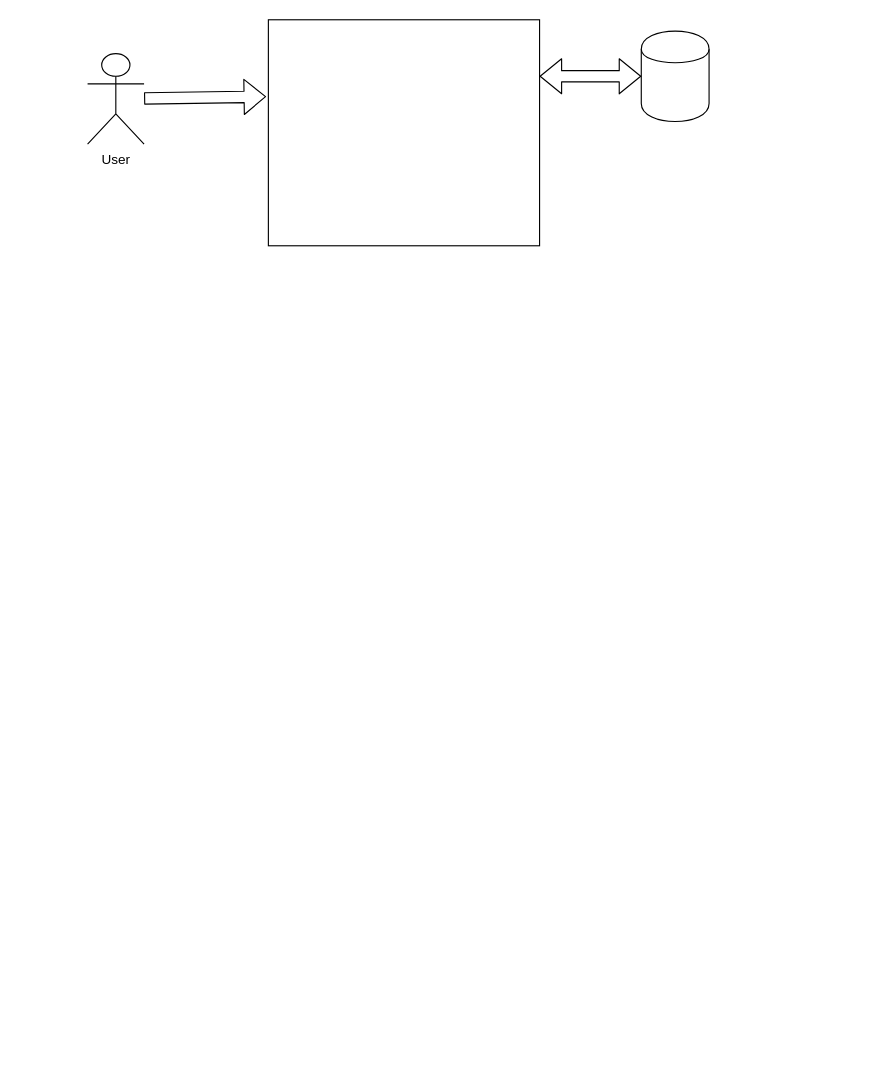
rish-ab/schedule_and_tasks_app keeps this draw.io diagram as Untitled Diagram.drawio. Above is the earlier version. Source tidied: cells renumbered, new cells numbered last; positions are measured from the earlier drawing's top-left corner, leaving out a move shared by most shapes. Both pictures are drawn from the tidied source at 113%, with x=0, y=0 at pixel (87, 19).
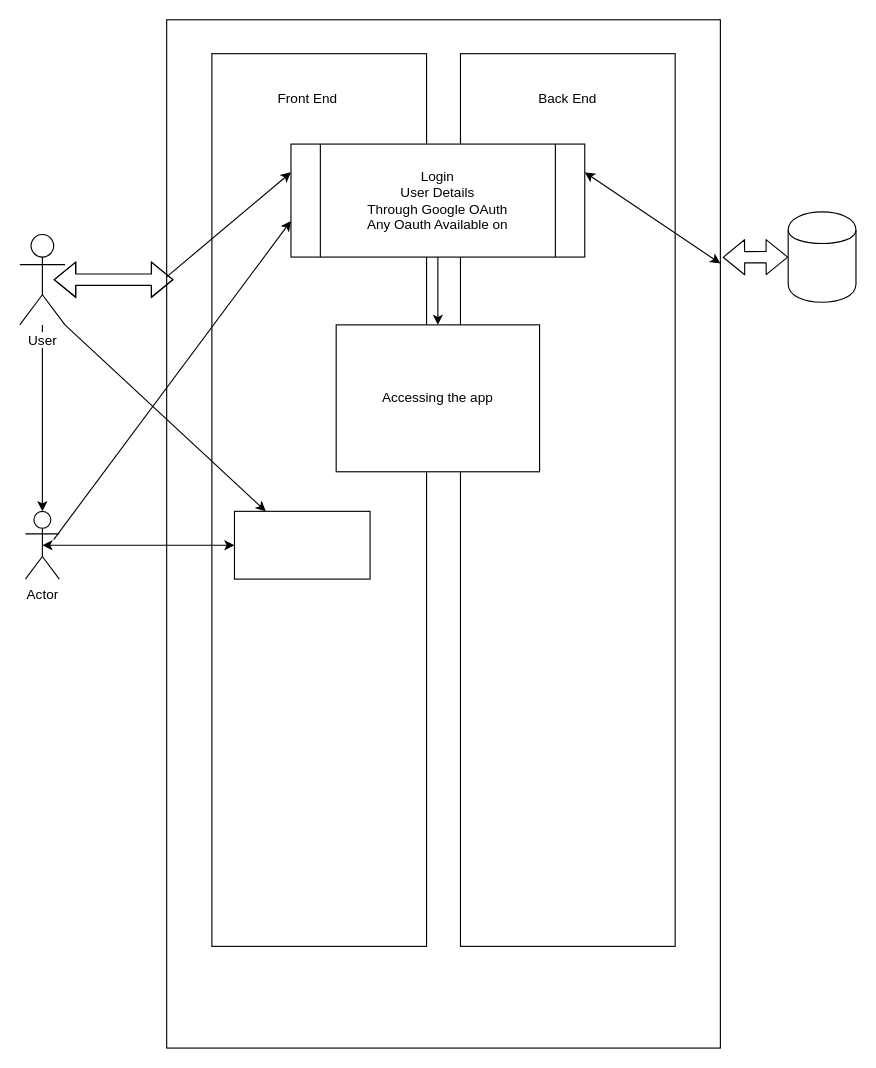
Above is the later version.

The edit, as a diff of the source:
```diff
@@
+    <mxCell id="7" style="edgeStyle=orthogonalEdgeStyle;rounded=0;jettySize=auto;html=1;" parent="1" edge="1" source="2" target="18">
+      <mxGeometry relative="1" as="geometry" />
+    </mxCell>
     <mxCell id="2" value="User" style="shape=umlActor;verticalLabelPosition=bottom;labelBackgroundColor=#ffffff;verticalAlign=top;html=1;outlineConnect=0;" parent="1" vertex="1">
-      <mxGeometry y="30" width="50" height="80" as="geometry" />
+      <mxGeometry x="-60" y="190" width="40" height="80" as="geometry" />
     </mxCell>
-    <mxCell id="3" style="rounded=0;whiteSpace=wrap;html=1;" parent="1" vertex="1">
-      <mxGeometry x="160" width="240" height="200" as="geometry" />
+    <mxCell id="3" style="rounded=0;whiteSpace=wrap;html=1;glass=0;sketch=0;" parent="1" vertex="1">
+      <mxGeometry x="70" width="490" height="910" as="geometry" />
     </mxCell>
-    <mxCell id="4" style="shape=flexArrow;endArrow=classic;html=1;" parent="1" edge="1" source="2">
-      <mxGeometry relative="1" as="geometry">
-        <mxPoint x="158" y="68" as="targetPoint" />
-      </mxGeometry>
-    </mxCell>
     <mxCell id="5" style="shape=cylinder;whiteSpace=wrap;html=1;boundedLbl=1;backgroundOutline=1;" parent="1" vertex="1">
-      <mxGeometry x="490" y="10" width="60" height="80" as="geometry" />
+      <mxGeometry x="620" y="170" width="60" height="80" as="geometry" />
     </mxCell>
-    <mxCell id="6" style="shape=flexArrow;endArrow=classic;startArrow=classic;html=1;entryX=0;entryY=0.5;entryDx=0;entryDy=0;exitX=1;exitY=0.25;exitDx=0;exitDy=0;" parent="1" edge="1" source="3" target="5">
+    <mxCell id="6" style="shape=flexArrow;endArrow=classic;startArrow=classic;html=1;entryX=0;entryY=0.5;entryDx=0;entryDy=0;exitX=1.004;exitY=0.231;exitDx=0;exitDy=0;exitPerimeter=0;" parent="1" edge="1" source="3" target="5">
       <mxGeometry relative="1" as="geometry" />
     </mxCell>
+    <mxCell id="8" style="shape=flexArrow;endArrow=classic;startArrow=classic;html=1;" parent="1" edge="1">
+      <mxGeometry relative="1" as="geometry">
+        <mxPoint x="-30" y="230" as="sourcePoint" />
+        <mxPoint x="76" y="230" as="targetPoint" />
+        <Array as="points">
+          <mxPoint x="20" y="230" />
+        </Array>
+      </mxGeometry>
+    </mxCell>
+    <mxCell id="9" style="rounded=0;whiteSpace=wrap;html=1;glass=0;sketch=0;" parent="1" vertex="1">
+      <mxGeometry x="110" y="30" width="190" height="790" as="geometry" />
+    </mxCell>
+    <mxCell id="10" value="Front End" style="text;html=1;strokeColor=none;fillColor=none;align=center;verticalAlign=middle;whiteSpace=wrap;rounded=0;glass=0;sketch=0;" parent="1" vertex="1">
+      <mxGeometry x="140" y="60" width="110" height="20" as="geometry" />
+    </mxCell>
+    <mxCell id="11" style="rounded=0;whiteSpace=wrap;html=1;glass=0;sketch=0;" parent="1" vertex="1">
+      <mxGeometry x="330" y="30" width="190" height="790" as="geometry" />
+    </mxCell>
+    <mxCell id="12" value="Back End" style="text;html=1;strokeColor=none;fillColor=none;align=center;verticalAlign=middle;whiteSpace=wrap;rounded=0;glass=0;sketch=0;" parent="1" vertex="1">
+      <mxGeometry x="360" y="60" width="130" height="20" as="geometry" />
+    </mxCell>
+    <mxCell id="13" style="edgeStyle=orthogonalEdgeStyle;rounded=0;jettySize=auto;html=1;" parent="1" edge="1" source="14" target="17">
+      <mxGeometry relative="1" as="geometry" />
+    </mxCell>
+    <mxCell id="14" value="&lt;div&gt;Login&lt;/div&gt;&lt;div&gt;User Details&lt;br&gt;Through Google OAuth&lt;br&gt;Any Oauth Available on &lt;br&gt;&lt;/div&gt;" style="shape=process;whiteSpace=wrap;html=1;backgroundOutline=1;rounded=0;glass=0;sketch=0;" parent="1" vertex="1">
+      <mxGeometry x="180" y="110" width="260" height="100" as="geometry" />
+    </mxCell>
+    <mxCell id="15" style="endArrow=classic;html=1;exitX=0;exitY=0.25;exitDx=0;exitDy=0;entryX=0;entryY=0.25;entryDx=0;entryDy=0;" parent="1" edge="1" source="3" target="14">
+      <mxGeometry relative="1" as="geometry" />
+    </mxCell>
+    <mxCell id="16" style="endArrow=classic;startArrow=classic;html=1;entryX=1;entryY=0.237;entryDx=0;entryDy=0;entryPerimeter=0;exitX=1;exitY=0.25;exitDx=0;exitDy=0;" parent="1" edge="1" source="14" target="3">
+      <mxGeometry relative="1" as="geometry" />
+    </mxCell>
+    <mxCell id="17" value="Accessing the app" style="whiteSpace=wrap;html=1;rounded=0;glass=0;sketch=0;" parent="1" vertex="1">
+      <mxGeometry x="220" y="270" width="180" height="130" as="geometry" />
+    </mxCell>
+    <mxCell id="18" value="Actor" style="shape=umlActor;verticalLabelPosition=bottom;verticalAlign=top;html=1;outlineConnect=0;rounded=0;glass=0;sketch=0;" parent="1" vertex="1">
+      <mxGeometry x="-55" y="435" width="30" height="60" as="geometry" />
+    </mxCell>
+    <mxCell id="19" style="endArrow=classic;html=1;exitX=1;exitY=1;exitDx=0;exitDy=0;exitPerimeter=0;" parent="1" edge="1" source="2" target="20">
+      <mxGeometry relative="1" as="geometry" />
+    </mxCell>
+    <mxCell id="20" style="rounded=0;whiteSpace=wrap;html=1;glass=0;sketch=0;" parent="1" vertex="1">
+      <mxGeometry x="130" y="435" width="120" height="60" as="geometry" />
+    </mxCell>
+    <mxCell id="21" style="endArrow=classic;startArrow=classic;html=1;exitX=0.5;exitY=0.5;exitDx=0;exitDy=0;exitPerimeter=0;entryX=0;entryY=0.5;entryDx=0;entryDy=0;" parent="1" edge="1" source="18" target="20">
+      <mxGeometry relative="1" as="geometry" />
+    </mxCell>
+    <mxCell id="22" style="endArrow=classic;html=1;entryX=0;entryY=0.68;entryDx=0;entryDy=0;entryPerimeter=0;" parent="1" edge="1" target="14">
+      <mxGeometry relative="1" as="geometry">
+        <mxPoint x="-30" y="460" as="sourcePoint" />
+      </mxGeometry>
+    </mxCell>
```
